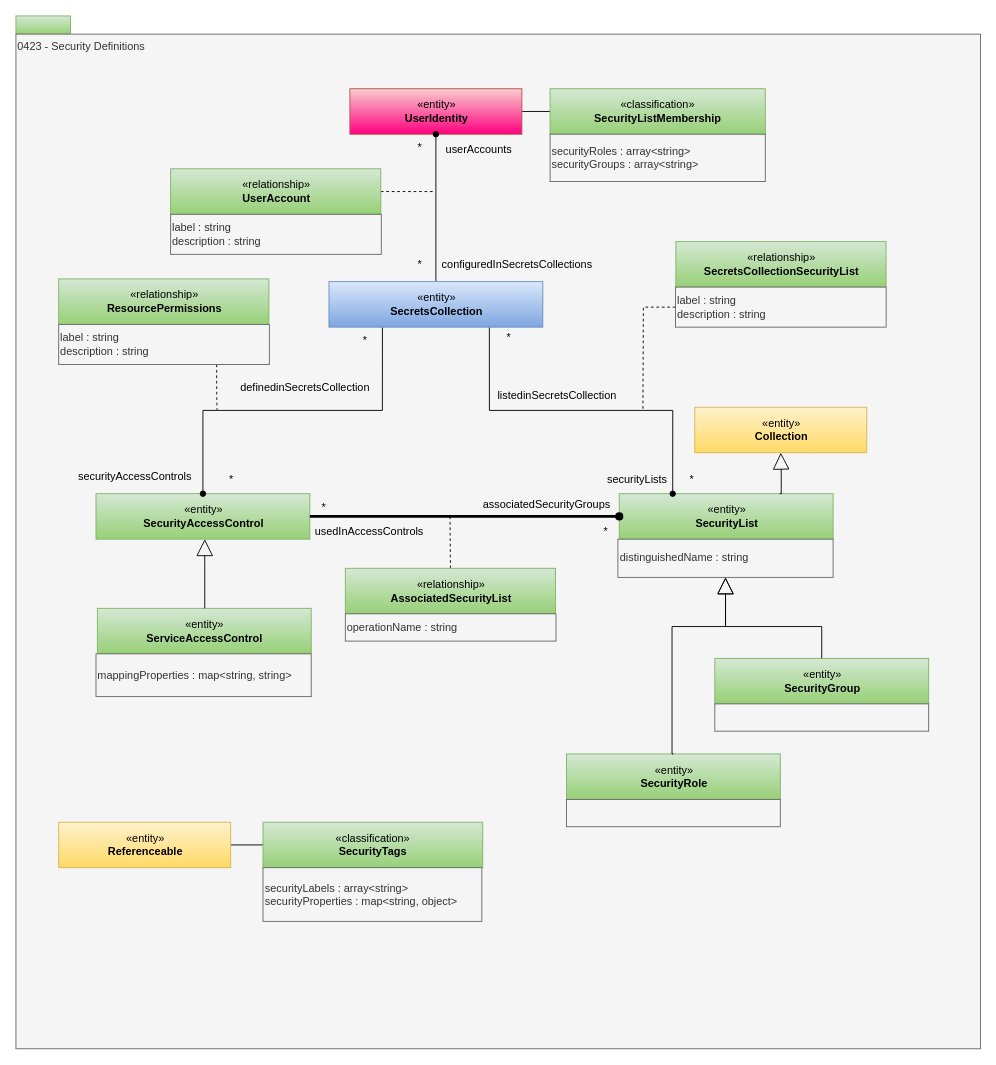
This is page "0423-Security-Definitions" (8 of 30) of site/docs/types/4/area-4-governance.drawio from odpi/egeria-docs, a draw.io file, before an edit. Source tidied: cells renumbered, new cells numbered last; positions are measured from the earlier drawing's top-left corner, leaving out a move shared by most shapes. Both pictures are drawn from the tidied source at 91%, with x=0, y=0 at pixel (15, 15).
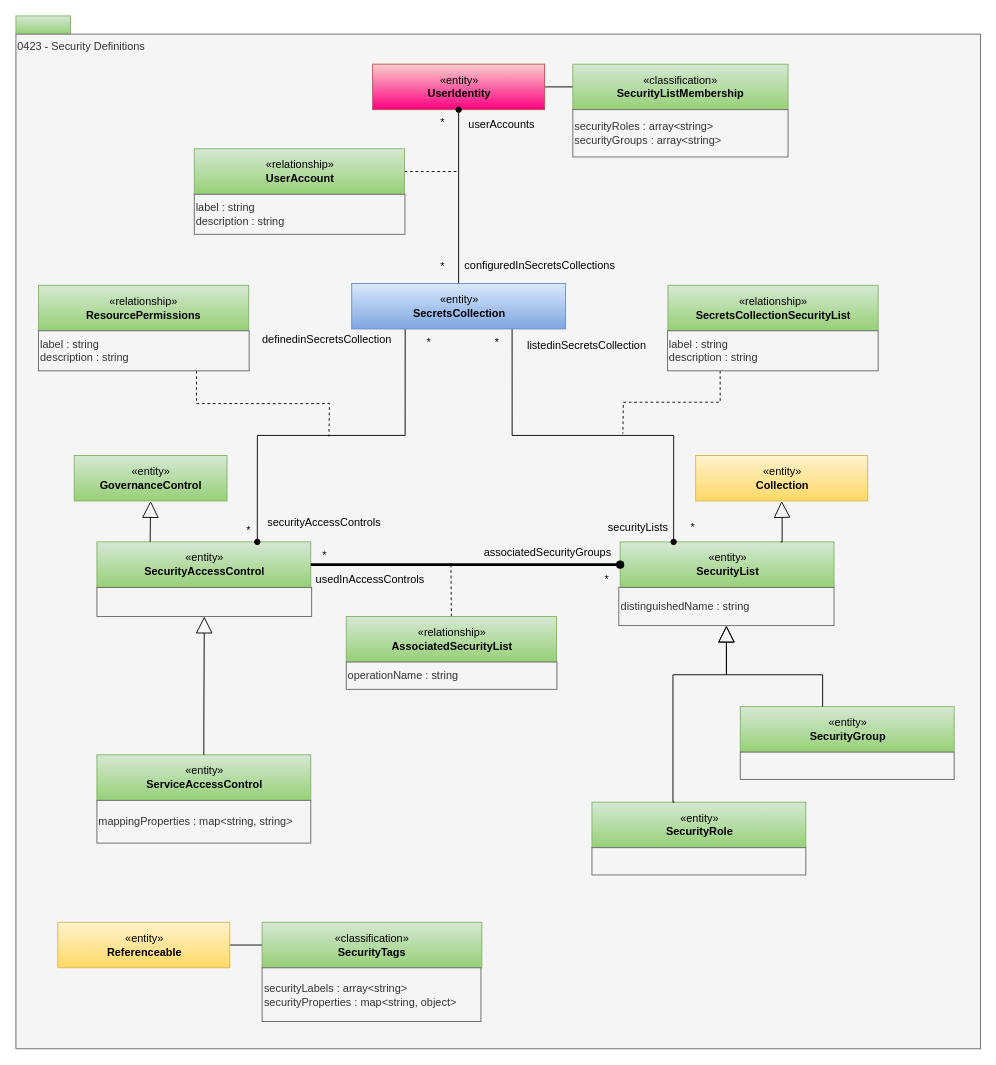
Above is the later version.

What changed in the source:
```diff
@@
     <mxCell id="5" value="«classification»&lt;br&gt;&lt;b&gt;SecurityTags&lt;/b&gt;" style="html=1;strokeColor=#82b366;align=center;fillColor=#d5e8d4;gradientColor=#97d077;" parent="1" vertex="1">
-      <mxGeometry x="271.5" y="886" width="241.5" height="50" as="geometry" />
+      <mxGeometry x="270.5" y="996" width="241.5" height="50" as="geometry" />
     </mxCell>
     <mxCell id="6" value="«entity»&lt;br&gt;&lt;b&gt;Referenceable&lt;/b&gt;" style="html=1;strokeColor=#d6b656;align=center;fillColor=#fff2cc;gradientColor=#ffd966;" parent="1" vertex="1">
-      <mxGeometry x="47" y="886" width="189" height="50" as="geometry" />
+      <mxGeometry x="46" y="996" width="189" height="50" as="geometry" />
     </mxCell>
     <mxCell id="7" value="securityLabels : array&amp;lt;string&amp;gt;&lt;br&gt;securityProperties : map&amp;lt;string, object&amp;gt;" style="rounded=0;whiteSpace=wrap;html=1;strokeColor=#666666;align=left;fillColor=#f5f5f5;fontColor=#333333;" parent="1" vertex="1">
-      <mxGeometry x="271.5" y="936" width="240.5" height="59" as="geometry" />
+      <mxGeometry x="270.5" y="1046" width="240.5" height="59" as="geometry" />
     </mxCell>
     <mxCell id="8" style="edgeStyle=orthogonalEdgeStyle;rounded=0;html=1;entryX=0;entryY=0.5;endArrow=none;endFill=0;jettySize=auto;entryDx=0;entryDy=0;exitX=1;exitY=0.5;exitDx=0;exitDy=0;" parent="1" edge="1" source="12" target="9">
       <mxGeometry relative="1" as="geometry">
         <Array as="points">
-          <mxPoint x="637" y="105" />
+          <mxPoint x="662" y="78" />
         </Array>
       </mxGeometry>
     </mxCell>
     <mxCell id="9" value="«classification»&lt;br&gt;&lt;b&gt;SecurityListMembership&lt;/b&gt;" style="html=1;strokeColor=#82b366;align=center;fillColor=#d5e8d4;gradientColor=#97d077;" parent="1" vertex="1">
-      <mxGeometry x="587" y="80" width="236.5" height="50" as="geometry" />
+      <mxGeometry x="612" y="53" width="236.5" height="50" as="geometry" />
     </mxCell>
     <mxCell id="10" value="securityRoles : array&amp;lt;string&amp;gt;&lt;div&gt;securityGroups : array&amp;lt;string&amp;gt;&lt;/div&gt;" style="rounded=0;whiteSpace=wrap;html=1;align=left;fillColor=#f5f5f5;fontColor=#333333;strokeColor=#666666;" parent="1" vertex="1">
-      <mxGeometry x="587" y="130" width="236.5" height="52" as="geometry" />
+      <mxGeometry x="612" y="103" width="236.5" height="52" as="geometry" />
     </mxCell>
     <mxCell id="11" value="«entity»&lt;br&gt;&lt;b&gt;SecurityAccessControl&lt;/b&gt;" style="html=1;strokeColor=#82b366;align=center;fillColor=#d5e8d4;gradientColor=#97d077;" parent="1" vertex="1">
-      <mxGeometry x="88" y="525" width="235" height="50" as="geometry" />
+      <mxGeometry x="89" y="578" width="235" height="50" as="geometry" />
     </mxCell>
     <mxCell id="12" value="«entity»&lt;br&gt;&lt;b&gt;UserIdentity&lt;/b&gt;" style="html=1;strokeColor=#b85450;align=center;fillColor=#f8cecc;gradientColor=#FF0080;" parent="1" vertex="1">
-      <mxGeometry x="367" y="80" width="189" height="50" as="geometry" />
+      <mxGeometry x="392" y="53" width="189" height="50" as="geometry" />
     </mxCell>
     <mxCell id="13" value="«entity»&lt;br&gt;&lt;b&gt;SecurityList&lt;/b&gt;" style="html=1;strokeColor=#82b366;align=center;fillColor=#d5e8d4;gradientColor=#97d077;" parent="1" vertex="1">
-      <mxGeometry x="663" y="525" width="235" height="50" as="geometry" />
+      <mxGeometry x="664" y="578" width="235" height="50" as="geometry" />
     </mxCell>
     <mxCell id="14" style="edgeStyle=orthogonalEdgeStyle;rounded=0;jettySize=auto;html=1;exitX=0.5;exitY=0;exitDx=0;exitDy=0;startArrow=none;startFill=0;endArrow=none;endFill=0;startSize=6;dashed=1;" parent="1" edge="1" source="15">
       <mxGeometry relative="1" as="geometry">
-        <mxPoint x="477" y="547" as="targetPoint" />
+        <mxPoint x="478" y="600" as="targetPoint" />
       </mxGeometry>
     </mxCell>
     <mxCell id="15" value="«relationship»&lt;br&gt;&lt;b&gt;AssociatedSecurityList&lt;/b&gt;" style="html=1;strokeColor=#82b366;align=center;fillColor=#d5e8d4;gradientColor=#97d077;" parent="1" vertex="1">
-      <mxGeometry x="362" y="607" width="231" height="50" as="geometry" />
+      <mxGeometry x="363" y="660" width="231" height="50" as="geometry" />
     </mxCell>
     <mxCell id="16" value="operationName : string" style="rounded=0;whiteSpace=wrap;html=1;align=left;fillColor=#f5f5f5;fontColor=#333333;strokeColor=#666666;" parent="1" vertex="1">
-      <mxGeometry x="362" y="657" width="231.5" height="30" as="geometry" />
+      <mxGeometry x="363" y="710" width="231.5" height="30" as="geometry" />
     </mxCell>
     <mxCell id="17" value="associatedSecurityGroups" style="text;html=1;align=center;verticalAlign=middle;strokeColor=none;fillColor=none;" parent="1" vertex="1">
-      <mxGeometry x="503" y="522" width="160" height="30" as="geometry" />
+      <mxGeometry x="504" y="575" width="160" height="30" as="geometry" />
     </mxCell>
     <mxCell id="18" value="*" style="text;html=1;align=center;verticalAlign=middle;strokeColor=none;fillColor=none;" parent="1" vertex="1">
-      <mxGeometry x="323" y="525" width="30" height="30" as="geometry" />
+      <mxGeometry x="324" y="578" width="30" height="30" as="geometry" />
     </mxCell>
     <mxCell id="19" value="*" style="text;html=1;align=center;verticalAlign=middle;strokeColor=none;fillColor=none;" parent="1" vertex="1">
-      <mxGeometry x="633" y="552" width="30" height="30" as="geometry" />
+      <mxGeometry x="634" y="605" width="30" height="30" as="geometry" />
     </mxCell>
     <mxCell id="20" value="usedInAccessControls" style="text;html=1;align=center;verticalAlign=middle;strokeColor=none;fillColor=none;" parent="1" vertex="1">
-      <mxGeometry x="318" y="552" width="140" height="30" as="geometry" />
+      <mxGeometry x="319" y="605" width="140" height="30" as="geometry" />
     </mxCell>
@@
     <mxCell id="22" value="«entity»&lt;br&gt;&lt;b&gt;SecurityGroup&lt;/b&gt;" style="html=1;strokeColor=#82b366;align=center;fillColor=#d5e8d4;gradientColor=#97d077;" parent="1" vertex="1">
-      <mxGeometry x="768" y="706" width="235" height="50" as="geometry" />
+      <mxGeometry x="796" y="759" width="235" height="50" as="geometry" />
     </mxCell>
     <mxCell id="23" value="«entity»&lt;br&gt;&lt;b&gt;SecurityRole&lt;/b&gt;" style="html=1;strokeColor=#82b366;align=center;fillColor=#d5e8d4;gradientColor=#97d077;" parent="1" vertex="1">
-      <mxGeometry x="605" y="811" width="235" height="50" as="geometry" />
+      <mxGeometry x="633" y="864" width="235" height="50" as="geometry" />
     </mxCell>
-    <mxCell id="24" style="edgeStyle=orthogonalEdgeStyle;rounded=0;jettySize=auto;html=1;exitX=0.5;exitY=0;exitDx=0;exitDy=0;endArrow=block;endFill=0;endSize=16;entryX=0.5;entryY=1;entryDx=0;entryDy=0;" parent="1" edge="1" source="23" target="26">
+    <mxCell id="24" style="edgeStyle=orthogonalEdgeStyle;rounded=0;jettySize=auto;html=1;exitX=0.5;exitY=0;exitDx=0;exitDy=0;endArrow=block;endFill=0;endSize=16;entryX=0.5;entryY=1;entryDx=0;entryDy=0;" parent="1" edge="1" target="26">
       <mxGeometry relative="1" as="geometry">
+        <mxPoint x="723.5" y="864" as="sourcePoint" />
         <Array as="points">
-          <mxPoint x="721" y="671" />
-          <mxPoint x="780" y="671" />
+          <mxPoint x="722" y="724" />
+          <mxPoint x="781" y="724" />
         </Array>
       </mxGeometry>
     </mxCell>
-    <mxCell id="25" style="edgeStyle=orthogonalEdgeStyle;rounded=0;jettySize=auto;html=1;exitX=0.5;exitY=0;exitDx=0;exitDy=0;endArrow=block;endFill=0;endSize=16;entryX=0.5;entryY=1;entryDx=0;entryDy=0;" parent="1" edge="1" source="22" target="26">
+    <mxCell id="25" style="edgeStyle=orthogonalEdgeStyle;rounded=0;jettySize=auto;html=1;exitX=0.5;exitY=0;exitDx=0;exitDy=0;endArrow=block;endFill=0;endSize=16;entryX=0.5;entryY=1;entryDx=0;entryDy=0;" parent="1" edge="1" target="26">
       <mxGeometry relative="1" as="geometry">
+        <mxPoint x="886.5" y="759" as="sourcePoint" />
         <Array as="points">
-          <mxPoint x="886" y="671" />
-          <mxPoint x="780" y="671" />
+          <mxPoint x="887" y="724" />
+          <mxPoint x="781" y="724" />
         </Array>
       </mxGeometry>
     </mxCell>
     <mxCell id="26" value="distinguishedName : string" style="rounded=0;whiteSpace=wrap;html=1;align=left;fillColor=#f5f5f5;fontColor=#333333;strokeColor=#666666;" parent="1" vertex="1">
-      <mxGeometry x="661.5" y="575" width="236.5" height="42" as="geometry" />
+      <mxGeometry x="662.5" y="628" width="236.5" height="42" as="geometry" />
     </mxCell>
     <mxCell id="27" value="«entity»&lt;br&gt;&lt;b&gt;Collection&lt;/b&gt;" style="html=1;strokeColor=#d6b656;align=center;fillColor=#fff2cc;gradientColor=#ffd966;" parent="1" vertex="1">
-      <mxGeometry x="746" y="430" width="189" height="50" as="geometry" />
+      <mxGeometry x="747" y="483" width="189" height="50" as="geometry" />
     </mxCell>
     <mxCell id="28" style="edgeStyle=orthogonalEdgeStyle;rounded=0;jettySize=auto;html=1;endArrow=block;endFill=0;endSize=16;entryX=0.5;entryY=1;entryDx=0;entryDy=0;exitX=0.75;exitY=0;exitDx=0;exitDy=0;" parent="1" edge="1" source="13" target="27">
       <mxGeometry relative="1" as="geometry">
         <Array as="points">
-          <mxPoint x="841" y="525" />
-          <mxPoint x="841" y="502" />
+          <mxPoint x="842" y="578" />
+          <mxPoint x="842" y="555" />
         </Array>
       </mxGeometry>
     </mxCell>
     <mxCell id="29" value="«entity»&lt;br&gt;&lt;b&gt;ServiceAccessControl&lt;/b&gt;" style="html=1;strokeColor=#82b366;align=center;fillColor=#d5e8d4;gradientColor=#97d077;" parent="1" vertex="1">
-      <mxGeometry x="89.5" y="651" width="235" height="50" as="geometry" />
+      <mxGeometry x="89" y="812" width="235" height="50" as="geometry" />
     </mxCell>
     <mxCell id="30" value="mappingProperties : map&amp;lt;string, string&amp;gt;" style="rounded=0;whiteSpace=wrap;html=1;align=left;fillColor=#f5f5f5;fontColor=#333333;strokeColor=#666666;" parent="1" vertex="1">
-      <mxGeometry x="88" y="701" width="236.5" height="47" as="geometry" />
+      <mxGeometry x="89" y="862" width="235" height="47" as="geometry" />
     </mxCell>
-    <mxCell id="31" style="edgeStyle=orthogonalEdgeStyle;rounded=0;jettySize=auto;html=1;endArrow=block;endFill=0;endSize=16;entryX=0.5;entryY=1;entryDx=0;entryDy=0;" parent="1" edge="1" source="29">
+    <mxCell id="31" style="edgeStyle=orthogonalEdgeStyle;rounded=0;jettySize=auto;html=1;endArrow=block;endFill=0;endSize=16;entryX=0.5;entryY=1;entryDx=0;entryDy=0;exitX=0.5;exitY=0;exitDx=0;exitDy=0;" parent="1" edge="1" source="29" target="61">
       <mxGeometry relative="1" as="geometry">
-        <mxPoint x="207.5" y="575" as="targetPoint" />
         <Array as="points">
-          <mxPoint x="207.5" y="604" />
+          <mxPoint x="207" y="778" />
+          <mxPoint x="207" y="778" />
         </Array>
       </mxGeometry>
     </mxCell>
     <mxCell id="32" style="rounded=0;whiteSpace=wrap;html=1;align=left;fillColor=#f5f5f5;fontColor=#333333;strokeColor=#666666;" parent="1" vertex="1">
-      <mxGeometry x="768" y="756" width="235" height="30" as="geometry" />
+      <mxGeometry x="796" y="809" width="235" height="30" as="geometry" />
     </mxCell>
     <mxCell id="33" style="rounded=0;whiteSpace=wrap;html=1;align=left;fillColor=#f5f5f5;fontColor=#333333;strokeColor=#666666;" parent="1" vertex="1">
-      <mxGeometry x="605" y="861" width="235" height="30" as="geometry" />
+      <mxGeometry x="633" y="914" width="235" height="30" as="geometry" />
     </mxCell>
@@
-    <mxCell id="36" style="edgeStyle=orthogonalEdgeStyle;rounded=0;jettySize=auto;html=1;exitX=0.25;exitY=1;exitDx=0;exitDy=0;endArrow=oval;endFill=1;" parent="1" edge="1" source="37" target="11">
+    <mxCell id="36" style="edgeStyle=orthogonalEdgeStyle;rounded=0;jettySize=auto;html=1;exitX=0.25;exitY=1;exitDx=0;exitDy=0;endArrow=oval;endFill=1;entryX=0.75;entryY=0;entryDx=0;entryDy=0;" parent="1" edge="1" source="37" target="11">
       <mxGeometry relative="1" as="geometry" />
     </mxCell>
     <mxCell id="37" value="«entity»&lt;br&gt;&lt;b&gt;SecretsCollection&lt;/b&gt;" style="html=1;strokeColor=#6c8ebf;align=center;fillColor=#dae8fc;gradientColor=#7ea6e0;" parent="1" vertex="1">
-      <mxGeometry x="344" y="292" width="235" height="50" as="geometry" />
+      <mxGeometry x="369" y="294" width="235" height="50" as="geometry" />
     </mxCell>
     <mxCell id="38" style="edgeStyle=orthogonalEdgeStyle;rounded=0;jettySize=auto;html=1;exitX=1;exitY=0.5;exitDx=0;exitDy=0;startArrow=none;startFill=0;endArrow=none;endFill=0;startSize=6;dashed=1;" parent="1" edge="1" source="39">
       <mxGeometry relative="1" as="geometry">
-        <mxPoint x="460" y="193" as="targetPoint" />
+        <mxPoint x="486" y="171" as="targetPoint" />
       </mxGeometry>
     </mxCell>
     <mxCell id="39" value="«relationship»&lt;br&gt;&lt;b&gt;UserAccount&lt;/b&gt;" style="html=1;strokeColor=#82b366;align=center;fillColor=#d5e8d4;gradientColor=#97d077;" parent="1" vertex="1">
-      <mxGeometry x="170" y="168" width="231" height="50" as="geometry" />
+      <mxGeometry x="196" y="146" width="231" height="50" as="geometry" />
     </mxCell>
     <mxCell id="40" value="label : string&lt;div&gt;description : string&lt;/div&gt;" style="rounded=0;whiteSpace=wrap;html=1;align=left;fillColor=#f5f5f5;fontColor=#333333;strokeColor=#666666;" parent="1" vertex="1">
-      <mxGeometry x="170" y="218" width="231.5" height="44" as="geometry" />
+      <mxGeometry x="196" y="196" width="231.5" height="44" as="geometry" />
     </mxCell>
     <mxCell id="41" value="*" style="text;html=1;whiteSpace=wrap;strokeColor=none;fillColor=none;align=center;verticalAlign=middle;rounded=0;" parent="1" vertex="1">
-      <mxGeometry x="413.5" y="130" width="60" height="30" as="geometry" />
+      <mxGeometry x="438.5" y="103" width="60" height="30" as="geometry" />
     </mxCell>
     <mxCell id="42" value="*" style="text;html=1;whiteSpace=wrap;strokeColor=none;fillColor=none;align=center;verticalAlign=middle;rounded=0;" parent="1" vertex="1">
-      <mxGeometry x="413.8" y="259" width="60" height="30" as="geometry" />
+      <mxGeometry x="438.8" y="261" width="60" height="30" as="geometry" />
     </mxCell>
     <mxCell id="43" value="userAccounts" style="text;html=1;whiteSpace=wrap;strokeColor=none;fillColor=none;align=center;verticalAlign=middle;rounded=0;" parent="1" vertex="1">
-      <mxGeometry x="479" y="132" width="60" height="30" as="geometry" />
+      <mxGeometry x="504" y="105" width="60" height="30" as="geometry" />
     </mxCell>
     <mxCell id="44" value="configuredInSecretsCollections" style="text;html=1;whiteSpace=wrap;strokeColor=none;fillColor=none;align=center;verticalAlign=middle;rounded=0;" parent="1" vertex="1">
-      <mxGeometry x="521" y="258" width="60" height="30" as="geometry" />
+      <mxGeometry x="546" y="260" width="60" height="30" as="geometry" />
     </mxCell>
     <mxCell id="45" style="edgeStyle=orthogonalEdgeStyle;rounded=0;jettySize=auto;html=1;exitX=0.75;exitY=1;exitDx=0;exitDy=0;startArrow=none;startFill=0;endArrow=none;endFill=0;startSize=6;dashed=1;" parent="1" edge="1" source="47">
       <mxGeometry relative="1" as="geometry">
-        <mxPoint x="221" y="433" as="targetPoint" />
+        <mxPoint x="344" y="462" as="targetPoint" />
       </mxGeometry>
     </mxCell>
     <mxCell id="46" value="«relationship»&lt;br&gt;&lt;b&gt;ResourcePermissions&lt;/b&gt;" style="html=1;strokeColor=#82b366;align=center;fillColor=#d5e8d4;gradientColor=#97d077;" parent="1" vertex="1">
-      <mxGeometry x="47" y="289" width="231" height="50" as="geometry" />
+      <mxGeometry x="24.8" y="296" width="231" height="50" as="geometry" />
     </mxCell>
     <mxCell id="47" value="label : string&lt;div&gt;description : string&lt;/div&gt;" style="rounded=0;whiteSpace=wrap;html=1;align=left;fillColor=#f5f5f5;fontColor=#333333;strokeColor=#666666;" parent="1" vertex="1">
-      <mxGeometry x="47" y="339" width="231.5" height="44" as="geometry" />
+      <mxGeometry x="24.8" y="346" width="231.5" height="44" as="geometry" />
     </mxCell>
-    <mxCell id="48" style="edgeStyle=orthogonalEdgeStyle;rounded=0;jettySize=auto;html=1;exitX=0;exitY=0.5;exitDx=0;exitDy=0;startArrow=none;startFill=0;endArrow=none;endFill=0;startSize=6;dashed=1;" parent="1" edge="1" source="50">
+    <mxCell id="48" style="edgeStyle=orthogonalEdgeStyle;rounded=0;jettySize=auto;html=1;exitX=0.25;exitY=1;exitDx=0;exitDy=0;startArrow=none;startFill=0;endArrow=none;endFill=0;startSize=6;dashed=1;" parent="1" edge="1" source="50">
       <mxGeometry relative="1" as="geometry">
-        <mxPoint x="689" y="433" as="targetPoint" />
+        <mxPoint x="667" y="459" as="targetPoint" />
       </mxGeometry>
     </mxCell>
     <mxCell id="49" value="«relationship»&lt;br&gt;&lt;b&gt;SecretsCollectionSecurityList&lt;/b&gt;" style="html=1;strokeColor=#82b366;align=center;fillColor=#d5e8d4;gradientColor=#97d077;" parent="1" vertex="1">
-      <mxGeometry x="725.2" y="248" width="231" height="50" as="geometry" />
+      <mxGeometry x="716.5" y="296" width="231" height="50" as="geometry" />
     </mxCell>
     <mxCell id="50" value="label : string&lt;div&gt;description : string&lt;/div&gt;" style="rounded=0;whiteSpace=wrap;html=1;align=left;fillColor=#f5f5f5;fontColor=#333333;strokeColor=#666666;" parent="1" vertex="1">
-      <mxGeometry x="724.8" y="298" width="231.5" height="44" as="geometry" />
+      <mxGeometry x="716" y="346" width="231.5" height="44" as="geometry" />
     </mxCell>
     <mxCell id="51" value="*" style="text;html=1;whiteSpace=wrap;strokeColor=none;fillColor=none;align=center;verticalAlign=middle;rounded=0;" parent="1" vertex="1">
-      <mxGeometry x="207" y="495" width="60" height="30" as="geometry" />
+      <mxGeometry x="226" y="551" width="60" height="30" as="geometry" />
     </mxCell>
     <mxCell id="52" value="*" style="text;html=1;whiteSpace=wrap;strokeColor=none;fillColor=none;align=center;verticalAlign=middle;rounded=0;" parent="1" vertex="1">
-      <mxGeometry x="353.8" y="342" width="60" height="30" as="geometry" />
+      <mxGeometry x="424" y="344" width="60" height="30" as="geometry" />
     </mxCell>
     <mxCell id="53" value="*" style="text;html=1;whiteSpace=wrap;strokeColor=none;fillColor=none;align=center;verticalAlign=middle;rounded=0;" parent="1" vertex="1">
-      <mxGeometry x="512" y="339" width="60" height="30" as="geometry" />
+      <mxGeometry x="498.5" y="344" width="60" height="30" as="geometry" />
     </mxCell>
     <mxCell id="54" value="*" style="text;html=1;whiteSpace=wrap;strokeColor=none;fillColor=none;align=center;verticalAlign=middle;rounded=0;" parent="1" vertex="1">
-      <mxGeometry x="713" y="495" width="60" height="30" as="geometry" />
+      <mxGeometry x="714" y="548" width="60" height="30" as="geometry" />
     </mxCell>
     <mxCell id="55" value="securityLists" style="text;html=1;whiteSpace=wrap;strokeColor=none;fillColor=none;align=center;verticalAlign=middle;rounded=0;" parent="1" vertex="1">
-      <mxGeometry x="653" y="495" width="60" height="30" as="geometry" />
+      <mxGeometry x="654" y="548" width="60" height="30" as="geometry" />
     </mxCell>
     <mxCell id="56" value="securityAccessControls" style="text;html=1;whiteSpace=wrap;strokeColor=none;fillColor=none;align=center;verticalAlign=middle;rounded=0;" parent="1" vertex="1">
-      <mxGeometry x="101" y="492" width="60" height="30" as="geometry" />
+      <mxGeometry x="309" y="542" width="60" height="30" as="geometry" />
     </mxCell>
     <mxCell id="57" value="definedinSecretsCollection" style="text;html=1;whiteSpace=wrap;strokeColor=none;fillColor=none;align=center;verticalAlign=middle;rounded=0;" parent="1" vertex="1">
-      <mxGeometry x="288" y="394" width="60" height="30" as="geometry" />
+      <mxGeometry x="259" y="341" width="166" height="30" as="geometry" />
     </mxCell>
     <mxCell id="58" value="listedinSecretsCollection" style="text;html=1;whiteSpace=wrap;strokeColor=none;fillColor=none;align=center;verticalAlign=middle;rounded=0;" parent="1" vertex="1">
-      <mxGeometry x="565" y="403" width="60" height="30" as="geometry" />
+      <mxGeometry x="555" y="348" width="145" height="30" as="geometry" />
     </mxCell>
+    <mxCell id="59" value="«entity»&lt;br&gt;&lt;b&gt;GovernanceControl&lt;/b&gt;" style="html=1;strokeColor=#82b366;align=center;fillColor=#d5e8d4;gradientColor=#97d077;" parent="1" vertex="1">
+      <mxGeometry x="64" y="483" width="168" height="50" as="geometry" />
+    </mxCell>
+    <mxCell id="60" style="edgeStyle=orthogonalEdgeStyle;rounded=0;jettySize=auto;html=1;endArrow=block;endFill=0;endSize=16;exitX=0.25;exitY=0;exitDx=0;exitDy=0;entryX=0.5;entryY=1;entryDx=0;entryDy=0;" parent="1" edge="1" target="59">
+      <mxGeometry relative="1" as="geometry">
+        <mxPoint x="147.5" y="578" as="sourcePoint" />
+      </mxGeometry>
+    </mxCell>
+    <mxCell id="61" style="rounded=0;whiteSpace=wrap;html=1;strokeColor=#666666;align=left;fillColor=#f5f5f5;fontColor=#333333;" parent="1" vertex="1">
+      <mxGeometry x="89" y="628" width="236" height="32" as="geometry" />
+    </mxCell>
```
